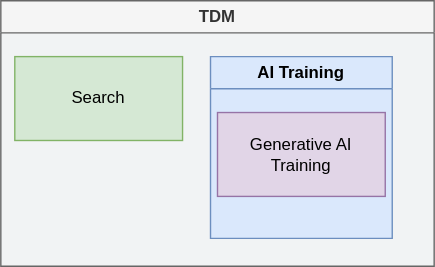
Earlier version of the draw.io export categories.drawio.svg (paul2keller/opt-out-vocab). Source tidied: cells renumbered, new cells last; positions are measured from the earlier drawing's top-left corner, leaving out a move shared by most shapes.
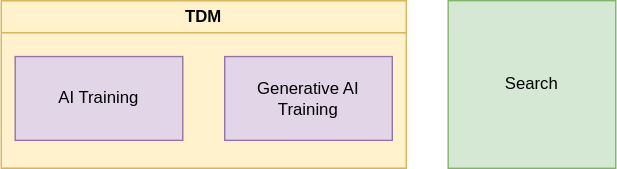
The same file after the commit.

Commit message:
more feedback applied and graphic updated

What changed in the source:
```diff
@@ -2,17 +2,17 @@
   <root>
     <mxCell id="0" />
     <mxCell id="1" parent="0" />
-    <mxCell id="2" value="TDM" style="swimlane;whiteSpace=wrap;html=1;swimlaneFillColor=#f1f3f4;fillColor=#f5f5f5;fontColor=#333333;strokeColor=#666666;" parent="1" vertex="1">
-      <mxGeometry width="310" height="190" as="geometry" />
+    <mxCell id="2" value="TDM" style="swimlane;whiteSpace=wrap;html=1;swimlaneFillColor=#fff2cc;fillColor=#fff2cc;strokeColor=#d6b656;" parent="1" vertex="1">
+      <mxGeometry width="290" height="120" as="geometry" />
     </mxCell>
+    <mxCell id="5" value="AI Training" style="rounded=0;whiteSpace=wrap;html=1;fillColor=#e1d5e7;strokeColor=#9673a6;" parent="2" vertex="1">
+      <mxGeometry x="10" y="40" width="120" height="60" as="geometry" />
+    </mxCell>
+    <mxCell id="6" value="Generative AI Training" style="rounded=0;whiteSpace=wrap;html=1;fillColor=#e1d5e7;strokeColor=#9673a6;" parent="2" vertex="1">
+      <mxGeometry x="160" y="40" width="120" height="60" as="geometry" />
+    </mxCell>
-    <mxCell id="3" value="Search" style="rounded=0;whiteSpace=wrap;html=1;fillColor=#d5e8d4;strokeColor=#82b366;" parent="2" vertex="1">
-      <mxGeometry x="10" y="40" width="120" height="60" as="geometry" />
+    <mxCell id="3" value="Search" style="rounded=0;whiteSpace=wrap;html=1;fillColor=#d5e8d4;strokeColor=#82b366;" parent="1" vertex="1">
+      <mxGeometry x="320" width="120" height="120" as="geometry" />
     </mxCell>
-    <mxCell id="4" value="AI Training" style="swimlane;whiteSpace=wrap;html=1;swimlaneFillColor=#dae8fc;fillColor=#dae8fc;strokeColor=#6c8ebf;" parent="2" vertex="1">
-      <mxGeometry x="150" y="40" width="130" height="130" as="geometry" />
-    </mxCell>
-    <mxCell id="5" value="Generative AI Training" style="rounded=0;whiteSpace=wrap;html=1;fillColor=#e1d5e7;strokeColor=#9673a6;" parent="4" vertex="1">
-      <mxGeometry x="5" y="40" width="120" height="60" as="geometry" />
-    </mxCell>
   </root>
 </mxGraphModel>
```
